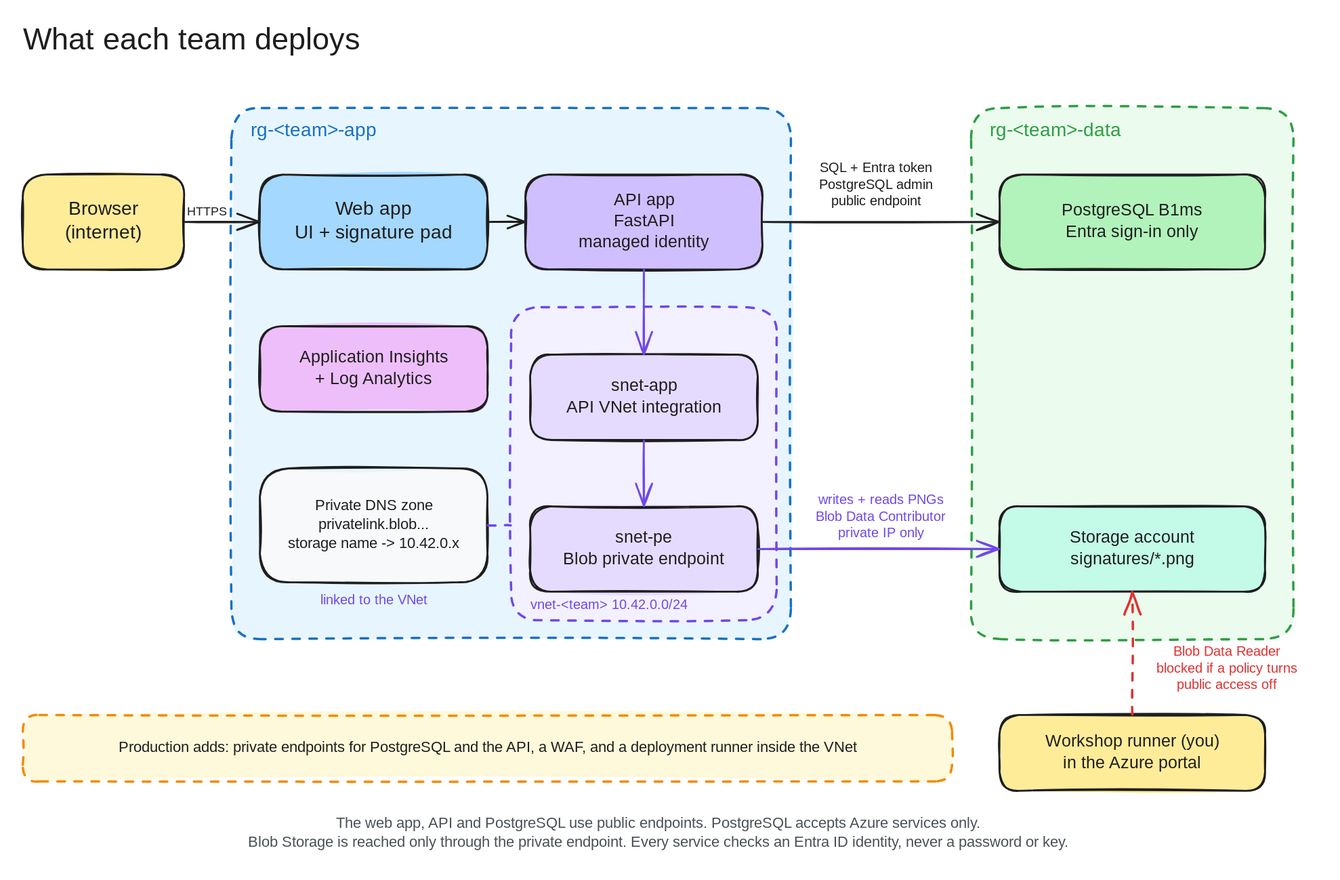
This is docs/diagrams/architecture.excalidraw.svg from lenvolk/guard-timekeeping, a Excalidraw export, as it was before one commit. Source tidied: one line per element, renumbered; positions are measured from the earlier drawing's top-left corner, leaving out a move shared by most shapes.
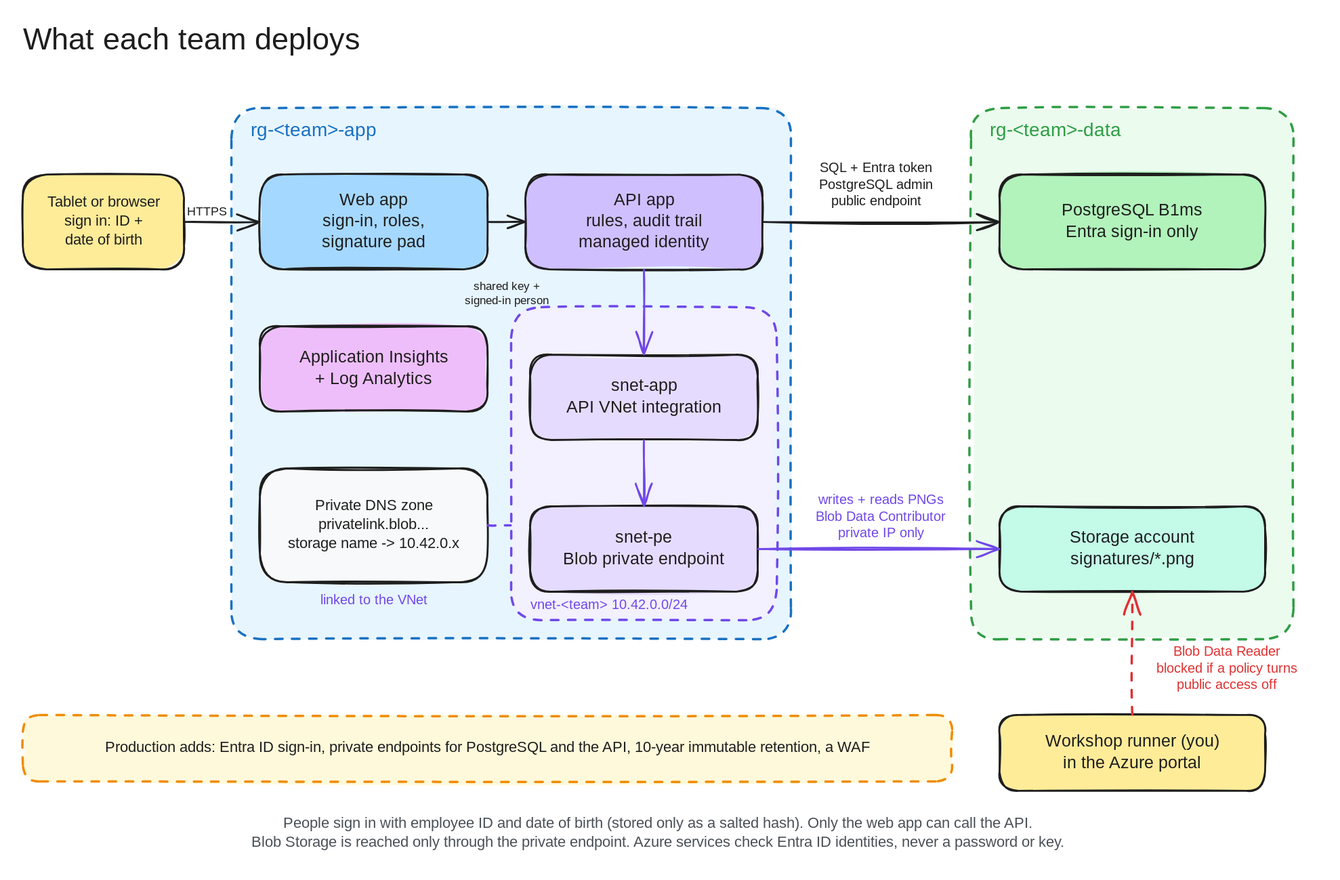
Later version of the same file.

Change to the diagram source:
```diff
@@ -19,6 +19,7 @@
 {"id": 18, "type": "arrow", "strokeColor": "#1e1e1e", "strokeWidth": 2, "roughness": 1, "endArrowhead": "arrow", "x": 170, "y": 210, "width": 79, "height": 0, "points": [[0, 0], [79, 0]]}
 {"id": 19, "type": "rectangle", "strokeColor": "transparent", "strokeWidth": 2, "roughness": 1, "x": 170, "y": 186, "width": 48, "height": 27}
 {"id": 20, "type": "arrow", "strokeColor": "#1e1e1e", "strokeWidth": 2, "roughness": 1, "endArrowhead": "arrow", "x": 490, "y": 210, "width": 39, "height": 0, "points": [[0, 0], [39, 0]]}
+{"id": 49, "type": "rectangle", "strokeColor": "transparent", "strokeWidth": 2, "roughness": 1, "x": 455, "y": 266, "width": 110, "height": 40}
 {"id": 21, "type": "arrow", "strokeColor": "#7048e8", "strokeWidth": 2, "roughness": 1, "endArrowhead": "arrow", "x": 655, "y": 260, "width": 0, "height": 89, "points": [[0, 0], [0, 89]]}
 {"id": 22, "type": "arrow", "strokeColor": "#7048e8", "strokeWidth": 2, "roughness": 1, "endArrowhead": "arrow", "x": 655, "y": 440, "width": 0, "height": 69, "points": [[0, 0], [0, 69]]}
 {"id": 23, "type": "arrow", "strokeColor": "#1e1e1e", "strokeWidth": 2, "roughness": 1, "endArrowhead": "arrow", "x": 780, "y": 210, "width": 249, "height": 0, "points": [[0, 0], [249, 0]]}
@@ -30,9 +31,9 @@
 {"id": 29, "type": "rectangle", "strokeColor": "transparent", "strokeWidth": 2, "roughness": 1, "x": 1175, "y": 650, "width": 190, "height": 63}
 {"id": 30, "type": "rectangle", "strokeColor": "#f08c00", "backgroundColor": "#fff9db", "fillStyle": "solid", "strokeWidth": 2, "strokeStyle": "dashed", "roughness": 1, "round": true, "x": 0, "y": 730, "width": 980, "height": 70}
 {"id": 31, "type": "rectangle", "strokeColor": "transparent", "strokeWidth": 2, "roughness": 1, "x": 0, "y": 830, "width": 1340, "height": 50}
-{"id": 32, "type": "text", "text": "Browser\n(internet)", "strokeColor": "#1e1e1e", "strokeWidth": 2, "roughness": 1, "fontSize": 20, "fontFamily": 5, "textAlign": "center", "verticalAlign": "middle", "inside": 1, "x": 45, "y": 185, "width": 81, "height": 50}
-{"id": 33, "type": "text", "text": "Web app\nUI + signature pad", "strokeColor": "#1e1e1e", "strokeWidth": 2, "roughness": 1, "fontSize": 20, "fontFamily": 5, "textAlign": "center", "verticalAlign": "middle", "inside": 4, "x": 288, "y": 185, "width": 164, "height": 50}
-{"id": 34, "type": "text", "text": "API app\nFastAPI\nmanaged identity", "strokeColor": "#1e1e1e", "strokeWidth": 2, "roughness": 1, "fontSize": 18, "fontFamily": 5, "textAlign": "center", "verticalAlign": "middle", "inside": 5, "x": 585, "y": 176, "width": 139, "height": 68}
+{"id": 50, "type": "text", "text": "Tablet or browser\nsign in: ID +\ndate of birth", "strokeColor": "#1e1e1e", "strokeWidth": 2, "roughness": 1, "fontSize": 16, "fontFamily": 5, "textAlign": "center", "verticalAlign": "middle", "inside": 1, "x": 24, "y": 180, "width": 122, "height": 60}
+{"id": 51, "type": "text", "text": "Web app\nsign-in, roles,\nsignature pad", "strokeColor": "#1e1e1e", "strokeWidth": 2, "roughness": 1, "fontSize": 18, "fontFamily": 5, "textAlign": "center", "verticalAlign": "middle", "inside": 4, "x": 316, "y": 176, "width": 109, "height": 68}
+{"id": 52, "type": "text", "text": "API app\nrules, audit trail\nmanaged identity", "strokeColor": "#1e1e1e", "strokeWidth": 2, "roughness": 1, "fontSize": 18, "fontFamily": 5, "textAlign": "center", "verticalAlign": "middle", "inside": 5, "x": 585, "y": 176, "width": 139, "height": 68}
 {"id": 35, "type": "text", "text": "Application Insights\n+ Log Analytics", "strokeColor": "#1e1e1e", "strokeWidth": 2, "roughness": 1, "fontSize": 18, "fontFamily": 5, "textAlign": "center", "verticalAlign": "middle", "inside": 6, "x": 292, "y": 342, "width": 157, "height": 45}
 {"id": 36, "type": "text", "text": "Private DNS zone\nprivatelink.blob...\nstorage name -> 10.42.0.x", "strokeColor": "#1e1e1e", "strokeWidth": 2, "roughness": 1, "fontSize": 16, "fontFamily": 5, "textAlign": "center", "verticalAlign": "middle", "inside": 7, "x": 278, "y": 500, "width": 184, "height": 60}
 {"id": 37, "type": "text", "text": "snet-app\nAPI VNet integration", "strokeColor": "#1e1e1e", "strokeWidth": 2, "roughness": 1, "fontSize": 18, "fontFamily": 5, "textAlign": "center", "verticalAlign": "middle", "inside": 10, "x": 573, "y": 372, "width": 164, "height": 45}
@@ -41,9 +42,10 @@
 {"id": 40, "type": "text", "text": "PostgreSQL B1ms\nEntra sign-in only", "strokeColor": "#1e1e1e", "strokeWidth": 2, "roughness": 1, "fontSize": 18, "fontFamily": 5, "textAlign": "center", "verticalAlign": "middle", "inside": 16, "x": 1100, "y": 188, "width": 139, "height": 45}
 {"id": 41, "type": "text", "text": "Storage account\nsignatures/*.png", "strokeColor": "#1e1e1e", "strokeWidth": 2, "roughness": 1, "fontSize": 18, "fontFamily": 5, "textAlign": "center", "verticalAlign": "middle", "inside": 17, "x": 1104, "y": 532, "width": 131, "height": 45}
 {"id": 42, "type": "text", "text": "HTTPS", "strokeColor": "#1e1e1e", "strokeWidth": 2, "roughness": 1, "fontSize": 13, "fontFamily": 5, "textAlign": "center", "verticalAlign": "middle", "inside": 19, "x": 175, "y": 191, "width": 37, "height": 16}
+{"id": 53, "type": "text", "text": "shared key +\nsigned-in person", "strokeColor": "#1e1e1e", "strokeWidth": 2, "roughness": 1, "fontSize": 12, "fontFamily": 5, "textAlign": "center", "verticalAlign": "middle", "inside": 49, "x": 465, "y": 271, "width": 89, "height": 30}
 {"id": 43, "type": "text", "text": "SQL + Entra token\nPostgreSQL admin\npublic endpoint", "strokeColor": "#1e1e1e", "strokeWidth": 2, "roughness": 1, "fontSize": 14, "fontFamily": 5, "textAlign": "center", "verticalAlign": "middle", "inside": 24, "x": 843, "y": 145, "width": 114, "height": 52}
 {"id": 44, "type": "text", "text": "writes + reads PNGs\nBlob Data Contributor\nprivate IP only", "strokeColor": "#7048e8", "strokeWidth": 2, "roughness": 1, "fontSize": 14, "fontFamily": 5, "textAlign": "center", "verticalAlign": "middle", "inside": 26, "x": 837, "y": 495, "width": 136, "height": 52}
 {"id": 45, "type": "text", "text": "Workshop runner (you)\nin the Azure portal", "strokeColor": "#1e1e1e", "strokeWidth": 2, "roughness": 1, "fontSize": 18, "fontFamily": 5, "textAlign": "center", "verticalAlign": "middle", "inside": 27, "x": 1078, "y": 748, "width": 184, "height": 45}
 {"id": 46, "type": "text", "text": "Blob Data Reader\nblocked if a policy turns\npublic access off", "strokeColor": "#e03131", "strokeWidth": 2, "roughness": 1, "fontSize": 14, "fontFamily": 5, "textAlign": "center", "verticalAlign": "middle", "inside": 29, "x": 1197, "y": 655, "width": 147, "height": 52}
-{"id": 47, "type": "text", "text": "Production adds: private endpoints for PostgreSQL and the API, a WAF, and a deployment runner inside the VNet", "strokeColor": "#1e1e1e", "strokeWidth": 2, "roughness": 1, "fontSize": 16, "fontFamily": 5, "textAlign": "center", "verticalAlign": "middle", "inside": 30, "x": 93, "y": 755, "width": 794, "height": 20}
-{"id": 48, "type": "text", "text": "The web app, API and PostgreSQL use public endpoints. PostgreSQL accepts Azure services only.\nBlob Storage is reached only through the private endpoint. Every service checks an Entra ID identity, never a password or key.", "strokeColor": "#495057", "strokeWidth": 2, "roughness": 1, "fontSize": 16, "fontFamily": 5, "textAlign": "center", "verticalAlign": "middle", "inside": 31, "x": 231, "y": 835, "width": 879, "height": 40}
+{"id": 54, "type": "text", "text": "Production adds: Entra ID sign-in, private endpoints for PostgreSQL and the API, 10-year immutable retention, a WAF", "strokeColor": "#1e1e1e", "strokeWidth": 2, "roughness": 1, "fontSize": 16, "fontFamily": 5, "textAlign": "center", "verticalAlign": "middle", "inside": 30, "x": 79, "y": 755, "width": 822, "height": 20}
+{"id": 55, "type": "text", "text": "People sign in with employee ID and date of birth (stored only as a salted hash). Only the web app can call the API.\nBlob Storage is reached only through the private endpoint. Azure services check Entra ID identities, never a password or key.", "strokeColor": "#495057", "strokeWidth": 2, "roughness": 1, "fontSize": 16, "fontFamily": 5, "textAlign": "center", "verticalAlign": "middle", "inside": 31, "x": 234, "y": 835, "width": 872, "height": 40}
```
